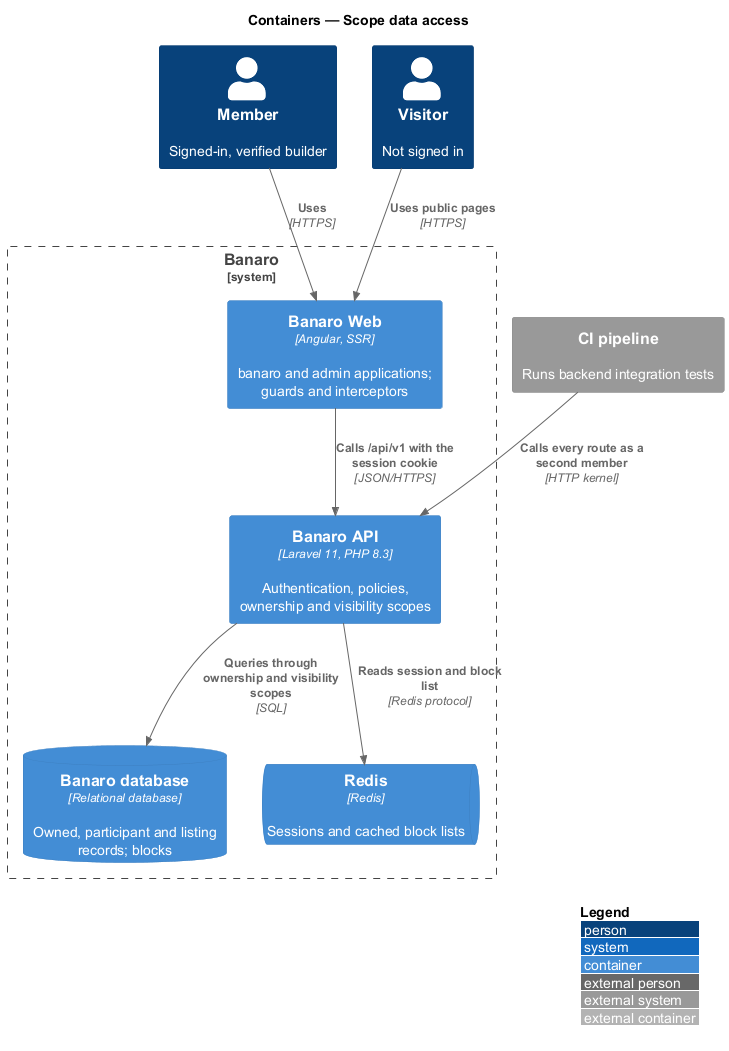
The PlantUML diagram docs/detailed-designs/security/scope-data-access/diagrams/c4-container.png in QuinntyneBrown/banaro, before a commit.
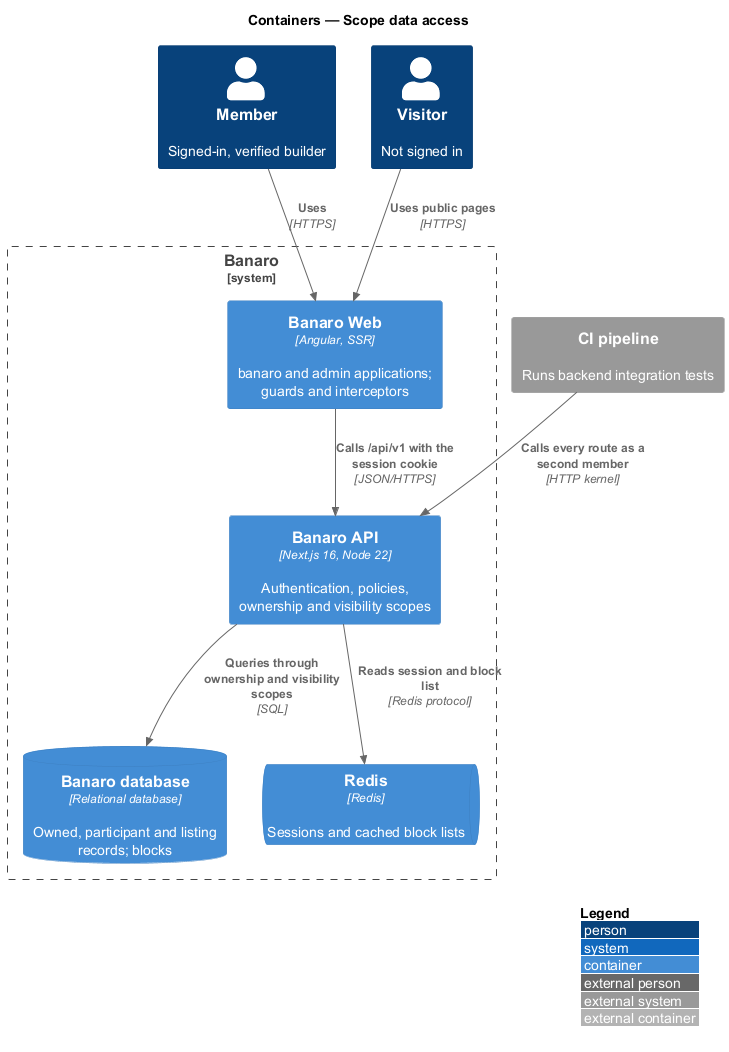
The same file after the commit.

Diff of the diagram source:
```diff
@@ -9,7 +9,7 @@
 
 System_Boundary(banaro, "Banaro") {
   Container(web, "Banaro Web", "Angular, SSR", "banaro and admin applications; guards and interceptors")
-  Container(api, "Banaro API", "Laravel 11, PHP 8.3", "Authentication, policies, ownership and visibility scopes")
+  Container(api, "Banaro API", "Next.js 16, Node 22", "Authentication, policies, ownership and visibility scopes")
   ContainerDb(db, "Banaro database", "Relational database", "Owned, participant and listing records; blocks")
   ContainerQueue(redis, "Redis", "Redis", "Sessions and cached block lists")
 }
```
